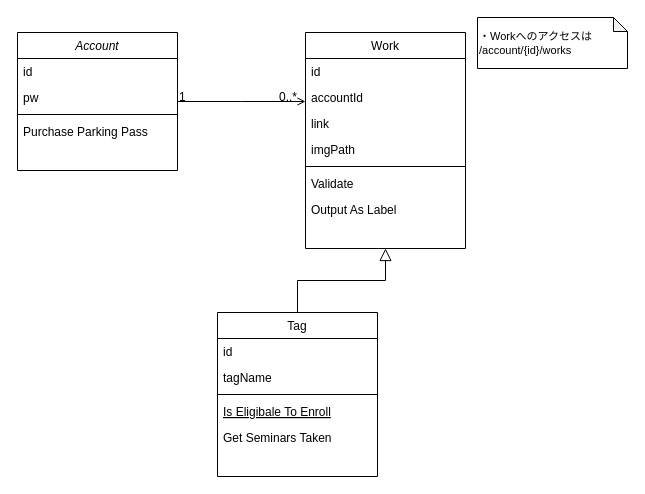
The draw.io diagram page "Model" (2 of 2) of docs/myportfolio-model.drawio in tonamao/myPortfolio, before the edit. Source tidied: cells renumbered, new cells numbered last; positions are measured from the earlier drawing's top-left corner, leaving out a move shared by most shapes. Both pictures are drawn from the tidied source at 100%, with x=0, y=0 at pixel (17, 17).
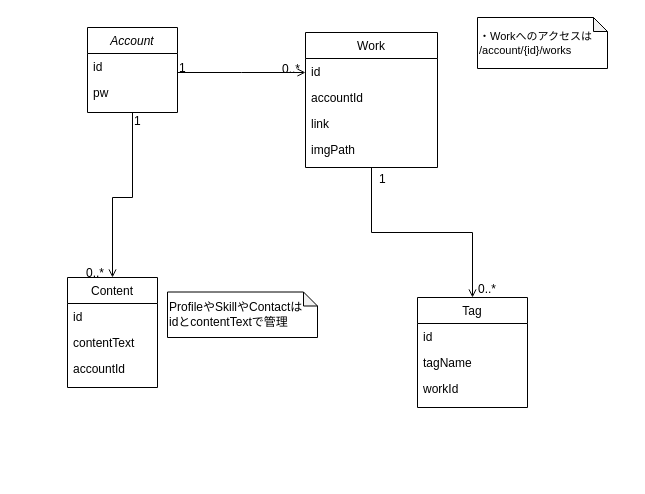
The same page after the edit.

Unchanged cells that the change refers to:
```xml
<mxCell id="16" style="endArrow=open;shadow=0;strokeWidth=1;rounded=0;endFill=1;edgeStyle=elbowEdgeStyle;elbow=vertical;" parent="1" edge="1" source="2" target="8">
  <mxGeometry x="0.5" y="41" relative="1" as="geometry">
    <mxPoint x="-40" y="32" as="offset" />
  </mxGeometry>
</mxCell>
```

Change to the diagram source:
```diff
@@
-    <mxCell id="2" value="Account" style="swimlane;fontStyle=2;align=center;verticalAlign=top;horizontal=1;startSize=26;rounded=0;shadow=0;strokeWidth=1;" parent="1" vertex="1">
-      <mxGeometry y="15" width="160" height="138" as="geometry" />
-    </mxCell>
-    <mxCell id="3" value="id" style="text;align=left;verticalAlign=top;spacingLeft=4;spacingRight=4;overflow=hidden;" parent="2" vertex="1">
-      <mxGeometry y="26" width="160" height="26" as="geometry" />
-    </mxCell>
-    <mxCell id="4" value="pw" style="text;align=left;verticalAlign=top;spacingLeft=4;spacingRight=4;overflow=hidden;rounded=0;shadow=0;html=0;" parent="2" vertex="1">
-      <mxGeometry y="52" width="160" height="26" as="geometry" />
-    </mxCell>
-    <mxCell id="5" style="line;html=1;strokeWidth=1;align=left;verticalAlign=middle;spacingTop=-1;spacingLeft=3;spacingRight=3;labelPosition=right;" parent="2" vertex="1">
-      <mxGeometry y="78" width="160" height="8" as="geometry" />
-    </mxCell>
-    <mxCell id="6" value="Purchase Parking Pass" style="text;align=left;verticalAlign=top;spacingLeft=4;spacingRight=4;overflow=hidden;" parent="2" vertex="1">
-      <mxGeometry y="86" width="160" height="26" as="geometry" />
-    </mxCell>
-    <mxCell id="7" style="endArrow=block;endSize=10;endFill=0;shadow=0;strokeWidth=1;rounded=0;edgeStyle=elbowEdgeStyle;elbow=vertical;entryX=0.5;entryY=1;entryDx=0;entryDy=0;" parent="1" edge="1" source="19" target="8">
-      <mxGeometry relative="1" as="geometry" />
-    </mxCell>
     <mxCell id="8" value="Work" style="swimlane;fontStyle=0;align=center;verticalAlign=top;horizontal=1;startSize=26;rounded=0;shadow=0;strokeWidth=1;" parent="1" vertex="1">
-      <mxGeometry x="288" y="15" width="160" height="216" as="geometry" />
+      <mxGeometry x="288" y="15" width="132" height="135" as="geometry" />
     </mxCell>
     <mxCell id="9" value="id" style="text;align=left;verticalAlign=top;spacingLeft=4;spacingRight=4;overflow=hidden;" parent="8" vertex="1">
-      <mxGeometry y="26" width="160" height="26" as="geometry" />
+      <mxGeometry y="26" width="132" height="26" as="geometry" />
     </mxCell>
     <mxCell id="10" value="accountId" style="text;align=left;verticalAlign=top;spacingLeft=4;spacingRight=4;overflow=hidden;rounded=0;shadow=0;html=0;" parent="8" vertex="1">
-      <mxGeometry y="52" width="160" height="26" as="geometry" />
+      <mxGeometry y="52" width="132" height="26" as="geometry" />
     </mxCell>
     <mxCell id="11" value="link" style="text;align=left;verticalAlign=top;spacingLeft=4;spacingRight=4;overflow=hidden;rounded=0;shadow=0;html=0;" parent="8" vertex="1">
-      <mxGeometry y="78" width="160" height="26" as="geometry" />
+      <mxGeometry y="78" width="132" height="26" as="geometry" />
     </mxCell>
     <mxCell id="12" value="imgPath" style="text;align=left;verticalAlign=top;spacingLeft=4;spacingRight=4;overflow=hidden;rounded=0;shadow=0;html=0;" parent="8" vertex="1">
-      <mxGeometry y="104" width="160" height="26" as="geometry" />
+      <mxGeometry y="104" width="132" height="26" as="geometry" />
     </mxCell>
-    <mxCell id="13" style="line;html=1;strokeWidth=1;align=left;verticalAlign=middle;spacingTop=-1;spacingLeft=3;spacingRight=3;labelPosition=right;" parent="8" vertex="1">
-      <mxGeometry y="130" width="160" height="8" as="geometry" />
-    </mxCell>
-    <mxCell id="14" value="Validate" style="text;align=left;verticalAlign=top;spacingLeft=4;spacingRight=4;overflow=hidden;" parent="8" vertex="1">
-      <mxGeometry y="138" width="160" height="26" as="geometry" />
-    </mxCell>
-    <mxCell id="15" value="Output As Label" style="text;align=left;verticalAlign=top;spacingLeft=4;spacingRight=4;overflow=hidden;" parent="8" vertex="1">
-      <mxGeometry y="164" width="160" height="26" as="geometry" />
-    </mxCell>
@@
     <mxCell id="18" value="0..*" style="align=right;verticalAlign=bottom;labelBackgroundColor=none;fontSize=12;" parent="16" vertex="1">
       <mxGeometry x="1" relative="1" as="geometry">
-        <mxPoint x="-7" y="4" as="offset" />
+        <mxPoint x="-4" y="5" as="offset" />
       </mxGeometry>
     </mxCell>
+    <mxCell id="25" value="&lt;div style=&quot;font-size: 11px&quot;&gt;・Workへのアクセスは&lt;/div&gt;&lt;div style=&quot;font-size: 11px&quot;&gt;/account/{id}/works&lt;/div&gt;" style="shape=note;whiteSpace=wrap;html=1;backgroundOutline=1;darkOpacity=0.05;size=14;align=left;" parent="1" vertex="1">
+      <mxGeometry x="460" width="130" height="51" as="geometry" />
+    </mxCell>
     <mxCell id="19" value="Tag" style="swimlane;fontStyle=0;align=center;verticalAlign=top;horizontal=1;startSize=26;rounded=0;shadow=0;strokeWidth=1;" parent="1" vertex="1">
-      <mxGeometry x="200" y="295" width="160" height="164" as="geometry" />
+      <mxGeometry x="400" y="280" width="110" height="110" as="geometry" />
     </mxCell>
     <mxCell id="20" value="id" style="text;align=left;verticalAlign=top;spacingLeft=4;spacingRight=4;overflow=hidden;" parent="19" vertex="1">
-      <mxGeometry y="26" width="160" height="26" as="geometry" />
+      <mxGeometry y="26" width="110" height="26" as="geometry" />
     </mxCell>
     <mxCell id="21" value="tagName" style="text;align=left;verticalAlign=top;spacingLeft=4;spacingRight=4;overflow=hidden;rounded=0;shadow=0;html=0;" parent="19" vertex="1">
-      <mxGeometry y="52" width="160" height="26" as="geometry" />
+      <mxGeometry y="52" width="110" height="26" as="geometry" />
     </mxCell>
-    <mxCell id="22" style="line;html=1;strokeWidth=1;align=left;verticalAlign=middle;spacingTop=-1;spacingLeft=3;spacingRight=3;labelPosition=right;" parent="19" vertex="1">
-      <mxGeometry y="78" width="160" height="8" as="geometry" />
-    </mxCell>
-    <mxCell id="23" value="Is Eligibale To Enroll" style="text;align=left;verticalAlign=top;spacingLeft=4;spacingRight=4;overflow=hidden;fontStyle=4;" parent="19" vertex="1">
-      <mxGeometry y="86" width="160" height="26" as="geometry" />
-    </mxCell>
-    <mxCell id="24" value="Get Seminars Taken" style="text;align=left;verticalAlign=top;spacingLeft=4;spacingRight=4;overflow=hidden;" parent="19" vertex="1">
-      <mxGeometry y="112" width="160" height="26" as="geometry" />
-    </mxCell>
-    <mxCell id="25" value="&lt;div style=&quot;font-size: 11px&quot;&gt;・Workへのアクセスは&lt;/div&gt;&lt;div style=&quot;font-size: 11px&quot;&gt;/account/{id}/works&lt;/div&gt;" style="shape=note;whiteSpace=wrap;html=1;backgroundOutline=1;darkOpacity=0.05;size=14;align=left;" parent="1" vertex="1">
-      <mxGeometry x="460" width="150" height="51" as="geometry" />
-    </mxCell>
+    <mxCell id="26" value="workId" style="text;align=left;verticalAlign=top;spacingLeft=4;spacingRight=4;overflow=hidden;rounded=0;shadow=0;html=0;" parent="19" vertex="1">
+      <mxGeometry y="78" width="110" height="26" as="geometry" />
+    </mxCell>
+    <mxCell id="27" style="endArrow=open;shadow=0;strokeWidth=1;rounded=0;endFill=1;edgeStyle=elbowEdgeStyle;elbow=vertical;exitX=0.5;exitY=1;exitDx=0;exitDy=0;entryX=0.5;entryY=0;entryDx=0;entryDy=0;" parent="1" edge="1" source="2" target="34">
+      <mxGeometry x="0.5" y="41" relative="1" as="geometry">
+        <Array as="points">
+          <mxPoint x="95" y="180" />
+        </Array>
+        <mxPoint x="-40" y="32" as="offset" />
+      </mxGeometry>
+    </mxCell>
+    <mxCell id="28" value="1" style="align=left;verticalAlign=bottom;labelBackgroundColor=none;fontSize=12;" parent="27" vertex="1">
+      <mxGeometry x="-1" relative="1" as="geometry">
+        <mxPoint y="17" as="offset" />
+      </mxGeometry>
+    </mxCell>
+    <mxCell id="29" value="0..*" style="align=right;verticalAlign=bottom;labelBackgroundColor=none;fontSize=12;" parent="27" vertex="1">
+      <mxGeometry x="1" relative="1" as="geometry">
+        <mxPoint x="-7" y="4" as="offset" />
+      </mxGeometry>
+    </mxCell>
+    <mxCell id="30" style="endArrow=open;shadow=0;strokeWidth=1;rounded=0;endFill=1;edgeStyle=elbowEdgeStyle;elbow=vertical;entryX=0.5;entryY=0;entryDx=0;entryDy=0;exitX=0.5;exitY=1;exitDx=0;exitDy=0;" parent="1" edge="1" source="8" target="19">
+      <mxGeometry x="0.5" y="41" relative="1" as="geometry">
+        <mxPoint x="-40" y="32" as="offset" />
+      </mxGeometry>
+    </mxCell>
+    <mxCell id="31" value="1" style="align=left;verticalAlign=bottom;labelBackgroundColor=none;fontSize=12;" parent="30" vertex="1">
+      <mxGeometry x="-1" relative="1" as="geometry">
+        <mxPoint x="6" y="20" as="offset" />
+      </mxGeometry>
+    </mxCell>
+    <mxCell id="32" value="0..*" style="align=right;verticalAlign=bottom;labelBackgroundColor=none;fontSize=12;" parent="30" vertex="1">
+      <mxGeometry x="1" relative="1" as="geometry">
+        <mxPoint x="25" as="offset" />
+      </mxGeometry>
+    </mxCell>
+    <mxCell id="2" value="Account" style="swimlane;fontStyle=2;align=center;verticalAlign=top;horizontal=1;startSize=26;rounded=0;shadow=0;strokeWidth=1;" parent="1" vertex="1">
+      <mxGeometry x="70" y="10" width="90" height="85" as="geometry" />
+    </mxCell>
+    <mxCell id="3" value="id" style="text;align=left;verticalAlign=top;spacingLeft=4;spacingRight=4;overflow=hidden;" parent="2" vertex="1">
+      <mxGeometry y="26" width="90" height="26" as="geometry" />
+    </mxCell>
+    <mxCell id="4" value="pw" style="text;align=left;verticalAlign=top;spacingLeft=4;spacingRight=4;overflow=hidden;rounded=0;shadow=0;html=0;" parent="2" vertex="1">
+      <mxGeometry y="52" width="90" height="26" as="geometry" />
+    </mxCell>
+    <mxCell id="33" value="ProfileやSkillやContactは&lt;br&gt;idとcontentTextで管理" style="shape=note;whiteSpace=wrap;html=1;backgroundOutline=1;darkOpacity=0.05;size=14;align=left;" parent="1" vertex="1">
+      <mxGeometry x="150" y="274.5" width="150" height="45.5" as="geometry" />
+    </mxCell>
+    <mxCell id="34" value="Content" style="swimlane;fontStyle=0;align=center;verticalAlign=top;horizontal=1;startSize=26;rounded=0;shadow=0;strokeWidth=1;" parent="1" vertex="1">
+      <mxGeometry x="50" y="260" width="90" height="110" as="geometry" />
+    </mxCell>
+    <mxCell id="35" value="id" style="text;align=left;verticalAlign=top;spacingLeft=4;spacingRight=4;overflow=hidden;" parent="34" vertex="1">
+      <mxGeometry y="26" width="90" height="26" as="geometry" />
+    </mxCell>
+    <mxCell id="36" value="contentText" style="text;align=left;verticalAlign=top;spacingLeft=4;spacingRight=4;overflow=hidden;rounded=0;shadow=0;html=0;" parent="34" vertex="1">
+      <mxGeometry y="52" width="90" height="26" as="geometry" />
+    </mxCell>
+    <mxCell id="37" value="accountId" style="text;align=left;verticalAlign=top;spacingLeft=4;spacingRight=4;overflow=hidden;rounded=0;shadow=0;html=0;" parent="34" vertex="1">
+      <mxGeometry y="78" width="90" height="22" as="geometry" />
+    </mxCell>
```
